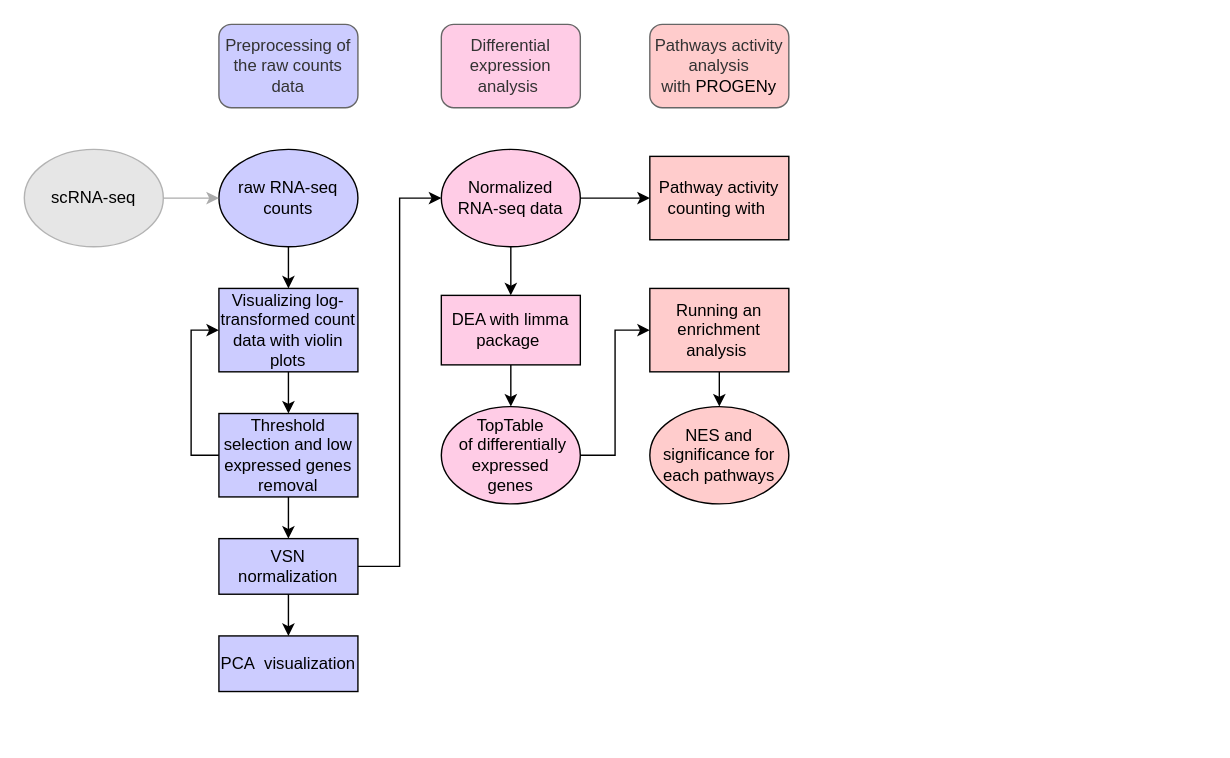
This is Untitled Diagram.drawio from theCastleBuilder/Acute-myeloid-leukemia, a draw.io file, before an edit. Source tidied: cells renumbered, new cells numbered last; positions are measured from the earlier drawing's top-left corner, leaving out a move shared by most shapes. Both pictures are drawn from the tidied source at 139%, with x=0, y=0 at pixel (24, 24).
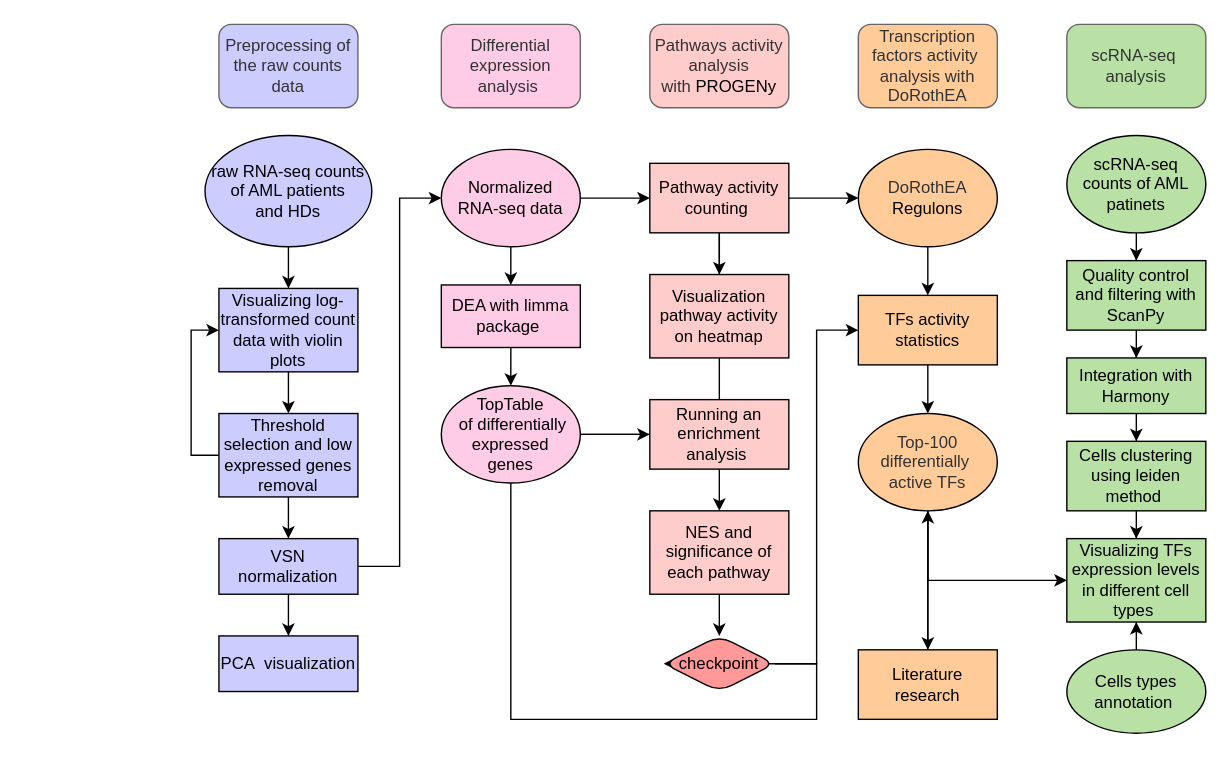
The same page after the edit.

The change refers to these unchanged cells:
```xml
<mxCell id="6" value="PCA&amp;nbsp; visualization" style="rounded=0;whiteSpace=wrap;html=1;fillColor=#CCCCFF;" parent="1" vertex="1">
  <mxGeometry x="140" y="440" width="100" height="40" as="geometry" />
</mxCell>
<mxCell id="19" value="VSN normalization" style="rounded=0;whiteSpace=wrap;html=1;fillColor=#CCCCFF;" parent="1" vertex="1">
  <mxGeometry x="140" y="370" width="100" height="40" as="geometry" />
</mxCell>
```

Diff of the diagram source:
```diff
@@
     <mxCell id="10" value="DEA with limma package&amp;nbsp;" style="rounded=0;whiteSpace=wrap;html=1;fillColor=#FFCCE6;" parent="1" vertex="1">
-      <mxGeometry x="300" y="195" width="100" height="50" as="geometry" />
+      <mxGeometry x="300" y="187.5" width="100" height="45" as="geometry" />
     </mxCell>
@@
-    <mxCell id="12" value="&lt;span style=&quot;&quot;&gt;raw RNA-seq counts&lt;/span&gt;" style="ellipse;whiteSpace=wrap;html=1;rounded=1;fillColor=#CCCCFF;" parent="1" vertex="1">
-      <mxGeometry x="140" y="90" width="100" height="70" as="geometry" />
+    <mxCell id="12" value="&lt;span style=&quot;&quot;&gt;raw RNA-seq counts of AML patients &lt;br&gt;and HDs&lt;/span&gt;" style="ellipse;whiteSpace=wrap;html=1;rounded=1;fillColor=#CCCCFF;" parent="1" vertex="1">
+      <mxGeometry x="130" y="80" width="120" height="80" as="geometry" />
     </mxCell>
@@
-    <mxCell id="17" style="edgeStyle=orthogonalEdgeStyle;rounded=0;jettySize=auto;html=1;entryX=0.5;entryY=0;entryDx=0;entryDy=0;" parent="1" edge="1" source="19" target="6">
-      <mxGeometry relative="1" as="geometry" />
+    <mxCell id="17" style="edgeStyle=orthogonalEdgeStyle;rounded=0;jettySize=auto;html=1;entryX=0.5;entryY=0;entryDx=0;entryDy=0;" parent="1" edge="1" source="19">
+      <mxGeometry relative="1" as="geometry">
+        <mxPoint x="190" y="440" as="targetPoint" />
+      </mxGeometry>
     </mxCell>
@@
-    <mxCell id="20" style="edgeStyle=orthogonalEdgeStyle;rounded=0;jettySize=auto;html=1;exitX=1;exitY=0.5;exitDx=0;exitDy=0;strokeColor=#000000;fillColor=#000000;entryX=0;entryY=0.5;entryDx=0;entryDy=0;" parent="1" edge="1" source="21" target="27">
+    <mxCell id="20" style="edgeStyle=orthogonalEdgeStyle;rounded=0;jettySize=auto;html=1;entryX=0;entryY=0.5;entryDx=0;entryDy=0;strokeColor=#000000;fillColor=#000000;" parent="1" edge="1" source="21" target="27">
       <mxGeometry relative="1" as="geometry" />
     </mxCell>
+    <mxCell id="29" style="edgeStyle=orthogonalEdgeStyle;rounded=0;jettySize=auto;html=1;strokeColor=#000000;fillColor=#000000;entryX=0;entryY=0.5;entryDx=0;entryDy=0;" parent="1" edge="1" source="21" target="40">
+      <mxGeometry relative="1" as="geometry" />
+    </mxCell>
+    <mxCell id="30" style="edgeStyle=orthogonalEdgeStyle;rounded=0;jettySize=auto;html=1;entryX=0;entryY=0.5;entryDx=0;entryDy=0;strokeColor=#000000;fillColor=#000000;" parent="1" edge="1" source="21" target="44">
+      <mxGeometry relative="1" as="geometry">
+        <Array as="points">
+          <mxPoint x="350" y="500" />
+          <mxPoint x="570" y="500" />
+          <mxPoint x="570" y="460" />
+        </Array>
+      </mxGeometry>
+    </mxCell>
     <mxCell id="21" value="&lt;span style=&quot;&quot;&gt;TopTable&lt;br&gt;&amp;nbsp;of differentially expressed &lt;br&gt;genes&lt;/span&gt;" style="ellipse;whiteSpace=wrap;html=1;rounded=1;fillColor=#FFCCE6;" parent="1" vertex="1">
-      <mxGeometry x="300" y="275" width="100" height="70" as="geometry" />
+      <mxGeometry x="300" y="260" width="100" height="70" as="geometry" />
     </mxCell>
-    <mxCell id="22" style="edgeStyle=orthogonalEdgeStyle;rounded=0;jettySize=auto;html=1;entryX=0;entryY=0.5;entryDx=0;entryDy=0;strokeColor=#ABABAB;" parent="1" edge="1" source="23" target="12">
-      <mxGeometry relative="1" as="geometry" />
-    </mxCell>
+    <mxCell id="31" style="edgeStyle=orthogonalEdgeStyle;rounded=0;jettySize=auto;html=1;entryX=0.5;entryY=0;entryDx=0;entryDy=0;strokeColor=#000000;fillColor=#000000;" parent="1" edge="1" source="23" target="50">
+      <mxGeometry relative="1" as="geometry" />
+    </mxCell>
-    <mxCell id="23" value="scRNA-seq" style="ellipse;whiteSpace=wrap;html=1;rounded=1;strokeColor=#B3B3B3;fillColor=#E6E6E6;" parent="1" vertex="1">
-      <mxGeometry y="90" width="100" height="70" as="geometry" />
+    <mxCell id="23" value="scRNA-seq counts of AML patinets" style="ellipse;whiteSpace=wrap;html=1;rounded=1;strokeColor=#000000;fillColor=#B9E0A5;" parent="1" vertex="1">
+      <mxGeometry x="750" y="80" width="100" height="70" as="geometry" />
     </mxCell>
@@
+    <mxCell id="32" style="edgeStyle=orthogonalEdgeStyle;rounded=0;jettySize=auto;html=1;entryX=0.5;entryY=0;entryDx=0;entryDy=0;strokeColor=#000000;fillColor=#000000;" parent="1" edge="1" source="25" target="33">
+      <mxGeometry relative="1" as="geometry" />
+    </mxCell>
-    <mxCell id="25" value="Pathway activity counting with&amp;nbsp;" style="rounded=0;whiteSpace=wrap;html=1;strokeColor=#000000;fillColor=#FFCCCC;" parent="1" vertex="1">
-      <mxGeometry x="450" y="95" width="100" height="60" as="geometry" />
+    <mxCell id="25" value="Pathway activity counting&amp;nbsp;" style="rounded=0;whiteSpace=wrap;html=1;strokeColor=#000000;fillColor=#FFCCCC;" parent="1" vertex="1">
+      <mxGeometry x="450" y="100" width="100" height="50" as="geometry" />
     </mxCell>
-    <mxCell id="26" style="edgeStyle=orthogonalEdgeStyle;rounded=0;jettySize=auto;html=1;exitX=0.5;exitY=1;exitDx=0;exitDy=0;entryX=0.5;entryY=0;entryDx=0;entryDy=0;strokeColor=#000000;fillColor=#000000;" parent="1" edge="1" source="27" target="28">
+    <mxCell id="26" style="edgeStyle=orthogonalEdgeStyle;rounded=0;jettySize=auto;html=1;exitX=0.5;exitY=1;exitDx=0;exitDy=0;entryX=0.5;entryY=0;entryDx=0;entryDy=0;strokeColor=#000000;fillColor=#000000;entryPerimeter=0;" parent="1" edge="1" source="27" target="38">
       <mxGeometry relative="1" as="geometry" />
     </mxCell>
     <mxCell id="27" value="Running an enrichment analysis&amp;nbsp;" style="rounded=0;whiteSpace=wrap;html=1;strokeColor=#000000;fillColor=#FFCCCC;" parent="1" vertex="1">
-      <mxGeometry x="450" y="190" width="100" height="60" as="geometry" />
+      <mxGeometry x="450" y="270" width="100" height="50" as="geometry" />
     </mxCell>
-    <mxCell id="28" value="NES and significance for each pathways" style="ellipse;whiteSpace=wrap;html=1;rounded=1;fillColor=#FFCCCC;" parent="1" vertex="1">
-      <mxGeometry x="450" y="275" width="100" height="70" as="geometry" />
-    </mxCell>
+    <mxCell id="33" value="Visualization pathway activity on heatmap" style="rounded=0;whiteSpace=wrap;html=1;strokeColor=#000000;fillColor=#FFCCCC;" parent="1" vertex="1">
+      <mxGeometry x="450" y="180" width="100" height="60" as="geometry" />
+    </mxCell>
+    <mxCell id="34" value="Transcription factors activity&amp;nbsp; analysis with DoRothEA" style="rounded=1;whiteSpace=wrap;html=1;fillColor=#FFCC99;strokeColor=#666666;fontColor=#333333;" parent="1" vertex="1">
+      <mxGeometry x="600" width="100" height="60" as="geometry" />
+    </mxCell>
+    <mxCell id="35" style="edgeStyle=orthogonalEdgeStyle;rounded=0;jettySize=auto;html=1;strokeColor=#000000;fillColor=#000000;" parent="1" edge="1" source="36">
+      <mxGeometry relative="1" as="geometry">
+        <mxPoint x="650" y="280" as="targetPoint" />
+      </mxGeometry>
+    </mxCell>
+    <mxCell id="36" value="TFs activity statistics" style="rounded=0;whiteSpace=wrap;html=1;strokeColor=#000000;fillColor=#FFCC99;" parent="1" vertex="1">
+      <mxGeometry x="600" y="195" width="100" height="50" as="geometry" />
+    </mxCell>
+    <mxCell id="37" style="edgeStyle=orthogonalEdgeStyle;rounded=0;jettySize=auto;html=1;strokeColor=#000000;fillColor=#000000;" parent="1" edge="1" source="38">
+      <mxGeometry relative="1" as="geometry">
+        <mxPoint x="500" y="440" as="targetPoint" />
+      </mxGeometry>
+    </mxCell>
+    <mxCell id="38" value="NES and significance of each pathway" style="rounded=0;whiteSpace=wrap;html=1;strokeColor=#000000;fillColor=#FFCCCC;" parent="1" vertex="1">
+      <mxGeometry x="450" y="350" width="100" height="60" as="geometry" />
+    </mxCell>
+    <mxCell id="39" style="edgeStyle=orthogonalEdgeStyle;rounded=0;jettySize=auto;html=1;entryX=0.5;entryY=0;entryDx=0;entryDy=0;strokeColor=#000000;fillColor=#000000;" parent="1" edge="1" source="40" target="36">
+      <mxGeometry relative="1" as="geometry" />
+    </mxCell>
+    <mxCell id="40" value="&lt;span style=&quot;color: rgb(51, 51, 51);&quot;&gt;DoRothEA&lt;br&gt;&lt;/span&gt;Regulons" style="ellipse;whiteSpace=wrap;html=1;rounded=1;fillColor=#FFCC99;" parent="1" vertex="1">
+      <mxGeometry x="600" y="90" width="100" height="70" as="geometry" />
+    </mxCell>
+    <mxCell id="41" style="edgeStyle=orthogonalEdgeStyle;rounded=0;orthogonalLoop=1;jettySize=auto;html=1;exitX=0.5;exitY=1;exitDx=0;exitDy=0;strokeColor=#000000;fillColor=#000000;" parent="1" edge="1" source="27" target="27">
+      <mxGeometry relative="1" as="geometry" />
+    </mxCell>
+    <mxCell id="42" style="edgeStyle=orthogonalEdgeStyle;rounded=0;jettySize=auto;html=1;entryX=0;entryY=0.5;entryDx=0;entryDy=0;strokeColor=#000000;fillColor=#000000;exitX=1;exitY=0.5;exitDx=0;exitDy=0;" parent="1" edge="1" source="44" target="36">
+      <mxGeometry relative="1" as="geometry">
+        <Array as="points">
+          <mxPoint x="570" y="460" />
+          <mxPoint x="570" y="220" />
+        </Array>
+      </mxGeometry>
+    </mxCell>
+    <mxCell id="43" style="edgeStyle=orthogonalEdgeStyle;rounded=0;jettySize=auto;html=1;exitX=1;exitY=0.5;exitDx=0;exitDy=0;strokeColor=#000000;fillColor=#000000;" parent="1" edge="1" source="44">
+      <mxGeometry relative="1" as="geometry">
+        <mxPoint x="540" y="460" as="targetPoint" />
+      </mxGeometry>
+    </mxCell>
+    <mxCell id="44" value="checkpoint" style="rhombus;whiteSpace=wrap;html=1;rounded=1;shadow=0;strokeColor=#000000;fillColor=#FF9999;" parent="1" vertex="1">
+      <mxGeometry x="460" y="440" width="80" height="40" as="geometry" />
+    </mxCell>
+    <mxCell id="45" value="scRNA-seq&amp;nbsp;&lt;br&gt;analysis" style="rounded=1;whiteSpace=wrap;html=1;fillColor=#B9E0A5;strokeColor=#666666;fontColor=#333333;" parent="1" vertex="1">
+      <mxGeometry x="750" width="100" height="60" as="geometry" />
+    </mxCell>
+    <mxCell id="46" style="edgeStyle=orthogonalEdgeStyle;rounded=0;jettySize=auto;html=1;entryX=0;entryY=0.5;entryDx=0;entryDy=0;strokeColor=#000000;fillColor=#000000;" parent="1" edge="1" source="48" target="57">
+      <mxGeometry relative="1" as="geometry">
+        <Array as="points">
+          <mxPoint x="650" y="400" />
+        </Array>
+      </mxGeometry>
+    </mxCell>
+    <mxCell id="47" style="edgeStyle=orthogonalEdgeStyle;rounded=0;jettySize=auto;html=1;entryX=0.5;entryY=0;entryDx=0;entryDy=0;strokeColor=#000000;fillColor=#000000;" parent="1" edge="1" source="48" target="59">
+      <mxGeometry relative="1" as="geometry" />
+    </mxCell>
+    <mxCell id="48" value="&lt;font color=&quot;#333333&quot;&gt;Top-100 differentially&amp;nbsp; active TFs&lt;/font&gt;" style="ellipse;whiteSpace=wrap;html=1;rounded=1;fillColor=#FFCC99;" parent="1" vertex="1">
+      <mxGeometry x="600" y="280" width="100" height="70" as="geometry" />
+    </mxCell>
+    <mxCell id="49" style="edgeStyle=orthogonalEdgeStyle;rounded=0;jettySize=auto;html=1;entryX=0.5;entryY=0;entryDx=0;entryDy=0;strokeColor=#000000;fillColor=#000000;" parent="1" edge="1" source="50" target="52">
+      <mxGeometry relative="1" as="geometry" />
+    </mxCell>
+    <mxCell id="50" value="Quality control and filtering with ScanPy" style="rounded=0;whiteSpace=wrap;html=1;strokeColor=#000000;fillColor=#B9E0A5;" parent="1" vertex="1">
+      <mxGeometry x="750" y="170" width="100" height="50" as="geometry" />
+    </mxCell>
+    <mxCell id="51" style="edgeStyle=orthogonalEdgeStyle;rounded=0;jettySize=auto;html=1;entryX=0.5;entryY=0;entryDx=0;entryDy=0;strokeColor=#000000;fillColor=#000000;" parent="1" edge="1" source="52" target="54">
+      <mxGeometry relative="1" as="geometry" />
+    </mxCell>
+    <mxCell id="52" value="Integration with Harmony" style="rounded=0;whiteSpace=wrap;html=1;strokeColor=#000000;fillColor=#B9E0A5;" parent="1" vertex="1">
+      <mxGeometry x="750" y="240" width="100" height="40" as="geometry" />
+    </mxCell>
+    <mxCell id="53" style="edgeStyle=orthogonalEdgeStyle;rounded=0;jettySize=auto;html=1;entryX=0.5;entryY=0;entryDx=0;entryDy=0;strokeColor=#000000;fillColor=#000000;" parent="1" edge="1" source="54" target="57">
+      <mxGeometry relative="1" as="geometry" />
+    </mxCell>
+    <mxCell id="54" value="Cells clustering using leiden method&amp;nbsp;" style="rounded=0;whiteSpace=wrap;html=1;strokeColor=#000000;fillColor=#B9E0A5;" parent="1" vertex="1">
+      <mxGeometry x="750" y="300" width="100" height="50" as="geometry" />
+    </mxCell>
+    <mxCell id="55" style="edgeStyle=orthogonalEdgeStyle;rounded=0;jettySize=auto;html=1;entryX=0.5;entryY=1;entryDx=0;entryDy=0;strokeColor=#000000;fillColor=#000000;" parent="1" edge="1" source="56" target="57">
+      <mxGeometry relative="1" as="geometry" />
+    </mxCell>
+    <mxCell id="56" value="Cells types annotation&amp;nbsp;" style="ellipse;whiteSpace=wrap;html=1;rounded=1;strokeColor=#000000;fillColor=#B9E0A5;" parent="1" vertex="1">
+      <mxGeometry x="750" y="450" width="100" height="60" as="geometry" />
+    </mxCell>
+    <mxCell id="57" value="Visualizing TFs expression levels in different cell types&amp;nbsp;" style="rounded=0;whiteSpace=wrap;html=1;strokeColor=#000000;fillColor=#B9E0A5;" parent="1" vertex="1">
+      <mxGeometry x="750" y="370" width="100" height="60" as="geometry" />
+    </mxCell>
+    <mxCell id="58" style="edgeStyle=orthogonalEdgeStyle;rounded=0;jettySize=auto;html=1;strokeColor=#000000;fillColor=#000000;" parent="1" edge="1" source="59" target="48">
+      <mxGeometry relative="1" as="geometry" />
+    </mxCell>
+    <mxCell id="59" value="Literature research" style="rounded=0;whiteSpace=wrap;html=1;strokeColor=#000000;fillColor=#FFCC99;" parent="1" vertex="1">
+      <mxGeometry x="600" y="450" width="100" height="50" as="geometry" />
+    </mxCell>
```
